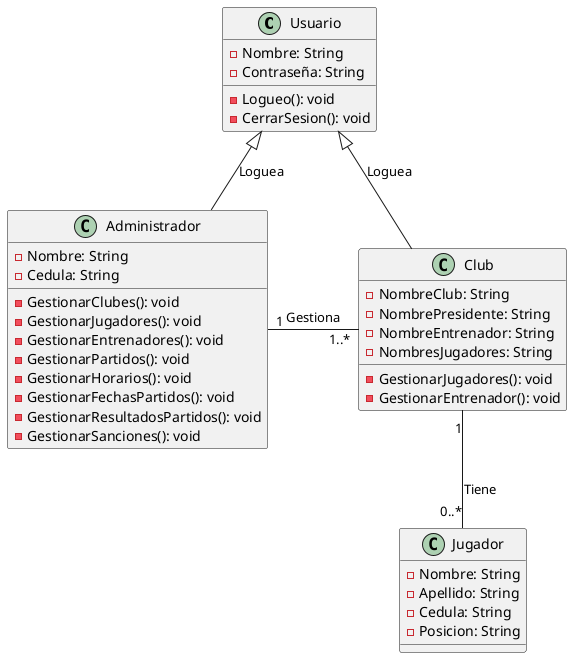
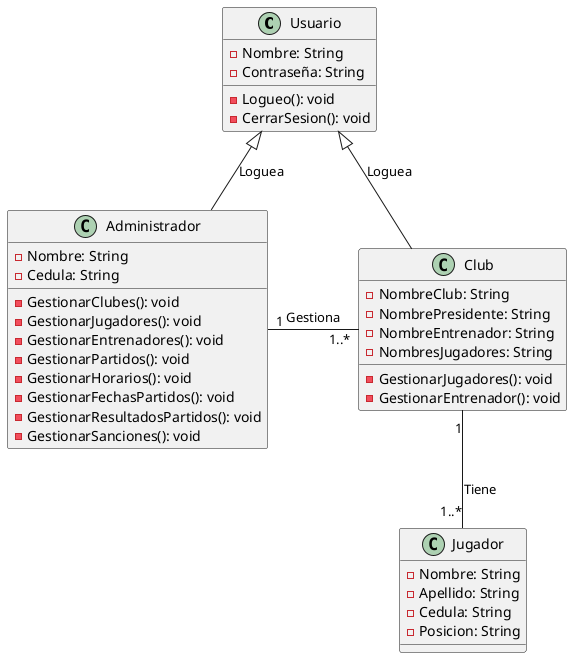
@startuml Final

class Usuario {
    -Nombre: String
    -Contraseña: String

    -Logueo(): void
    -CerrarSesion(): void

}

class Administrador {
    -Nombre: String
    -Cedula: String

    -GestionarClubes(): void
    -GestionarJugadores(): void
    -GestionarEntrenadores(): void
    -GestionarPartidos(): void
    -GestionarHorarios(): void
    -GestionarFechasPartidos(): void
    -GestionarResultadosPartidos(): void
    -GestionarSanciones(): void

}

class Club {
    -NombreClub: String
    -NombrePresidente: String
    -NombreEntrenador: String
    -NombresJugadores: String

    -GestionarJugadores(): void
    -GestionarEntrenador(): void


}

class Jugador {
    -Nombre: String
    -Apellido: String
    -Cedula: String
    -Posicion: String

}
Usuario <|-- Administrador: Loguea
Usuario <|-- Club: Loguea
Administrador "1" -right- "1..*" Club: Gestiona
- Club "1" -down- "0..*" Jugador: Tiene
+ Club "1" -down- "1..*" Jugador: Tiene

@enduml